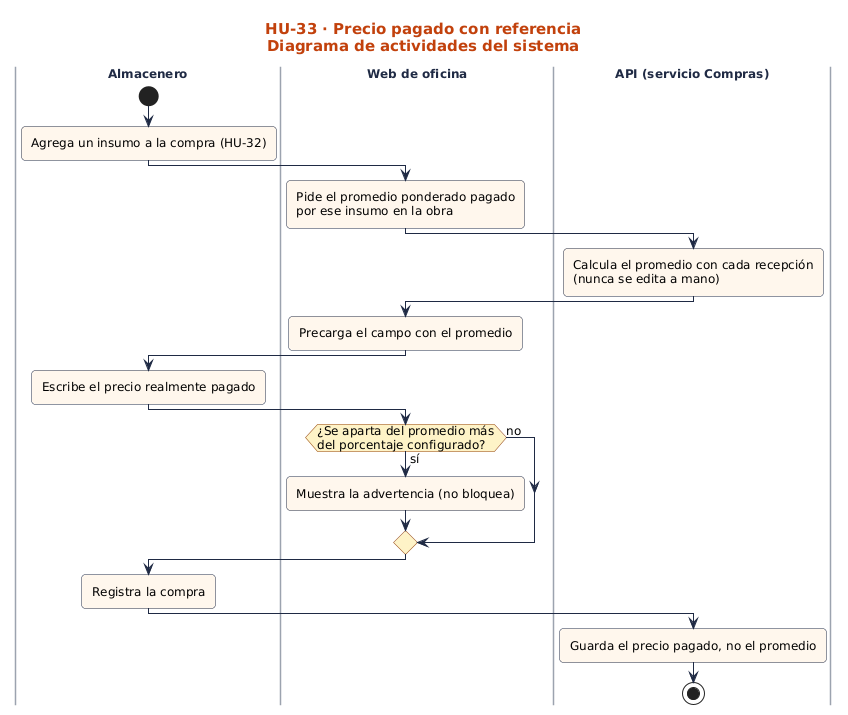
nandoestebanif/sevens-sigro keeps this PlantUML diagram as docs/sprint-2/diagramas-hu/hu-33-precio-pagado-con-referencia/actividades.png. Above is the earlier version.
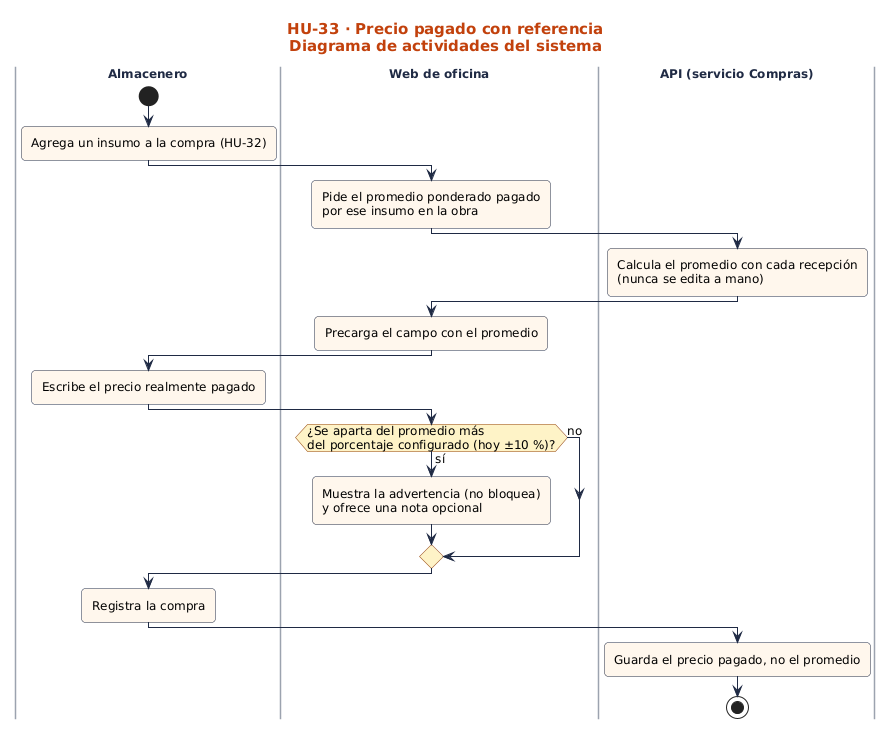
The same file after the commit.

The edit, as a diff of the source:
```diff
@@ -13,8 +13,8 @@
 |Almacenero|
 :Escribe el precio realmente pagado;
 |Web de oficina|
-if (¿Se aparta del promedio más\ndel porcentaje configurado?) then (sí)
-  :Muestra la advertencia (no bloquea);
+if (¿Se aparta del promedio más\ndel porcentaje configurado (hoy ±10 %)?) then (sí)
+  :Muestra la advertencia (no bloquea)\ny ofrece una nota opcional;
 else (no)
 endif
 |Almacenero|
```
